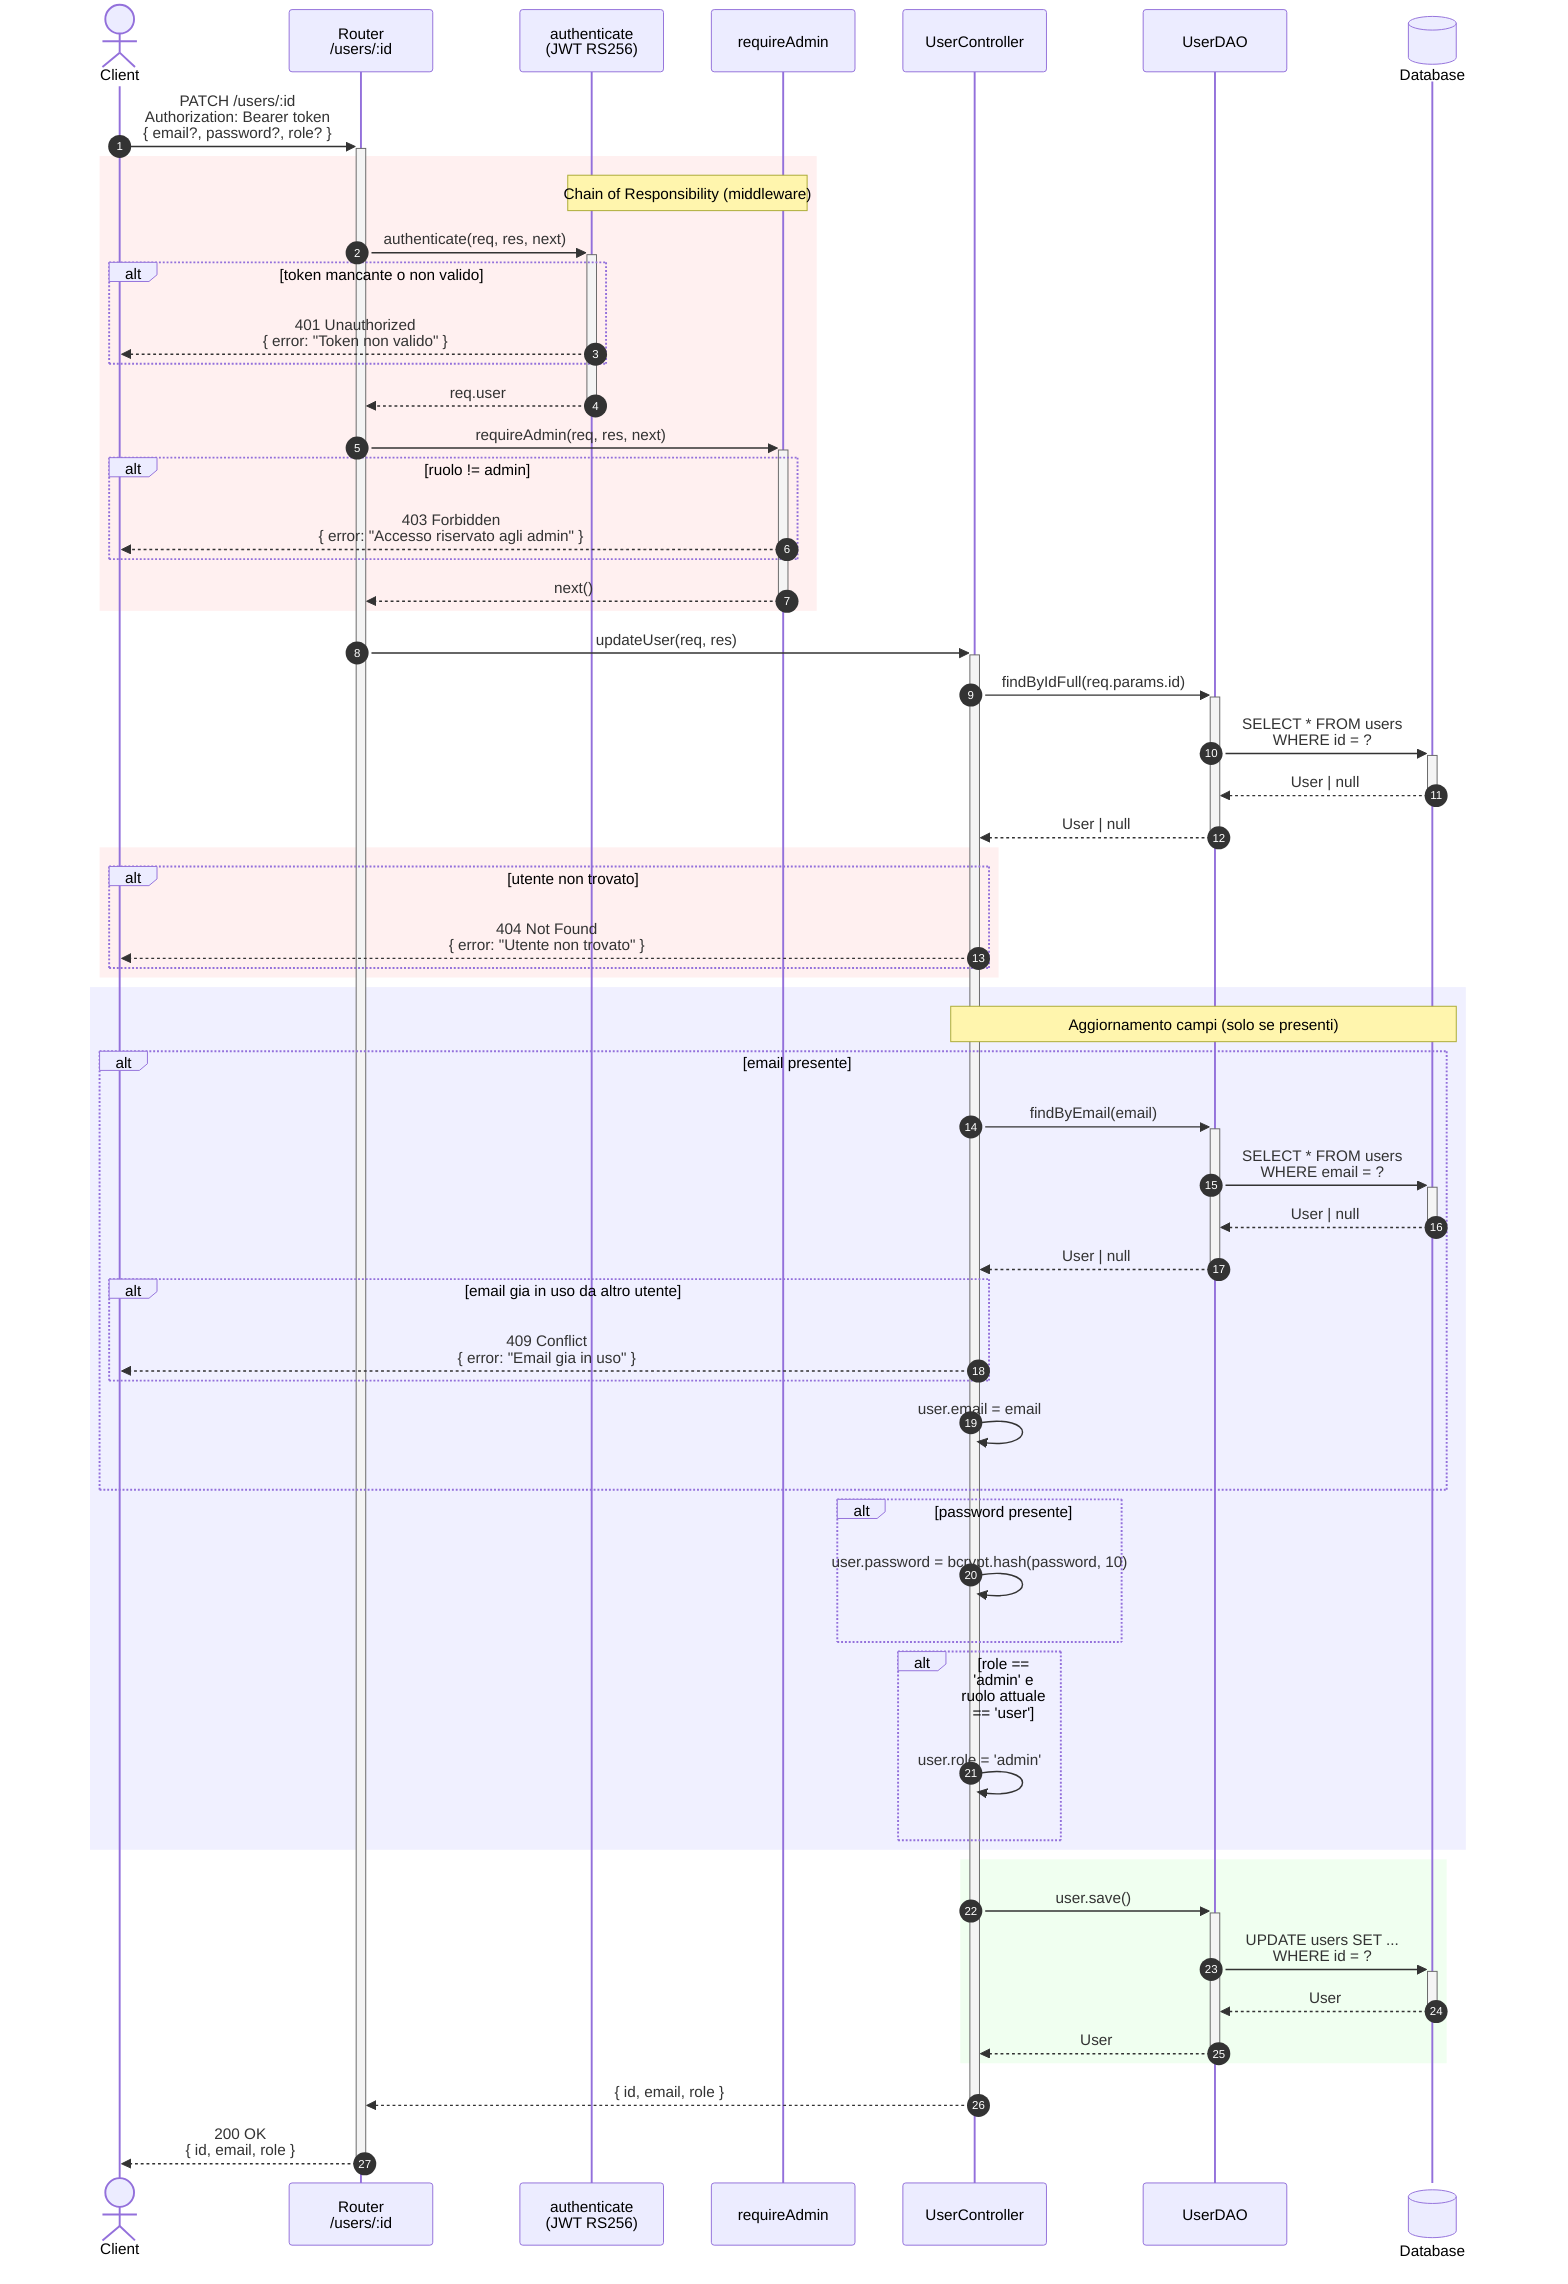
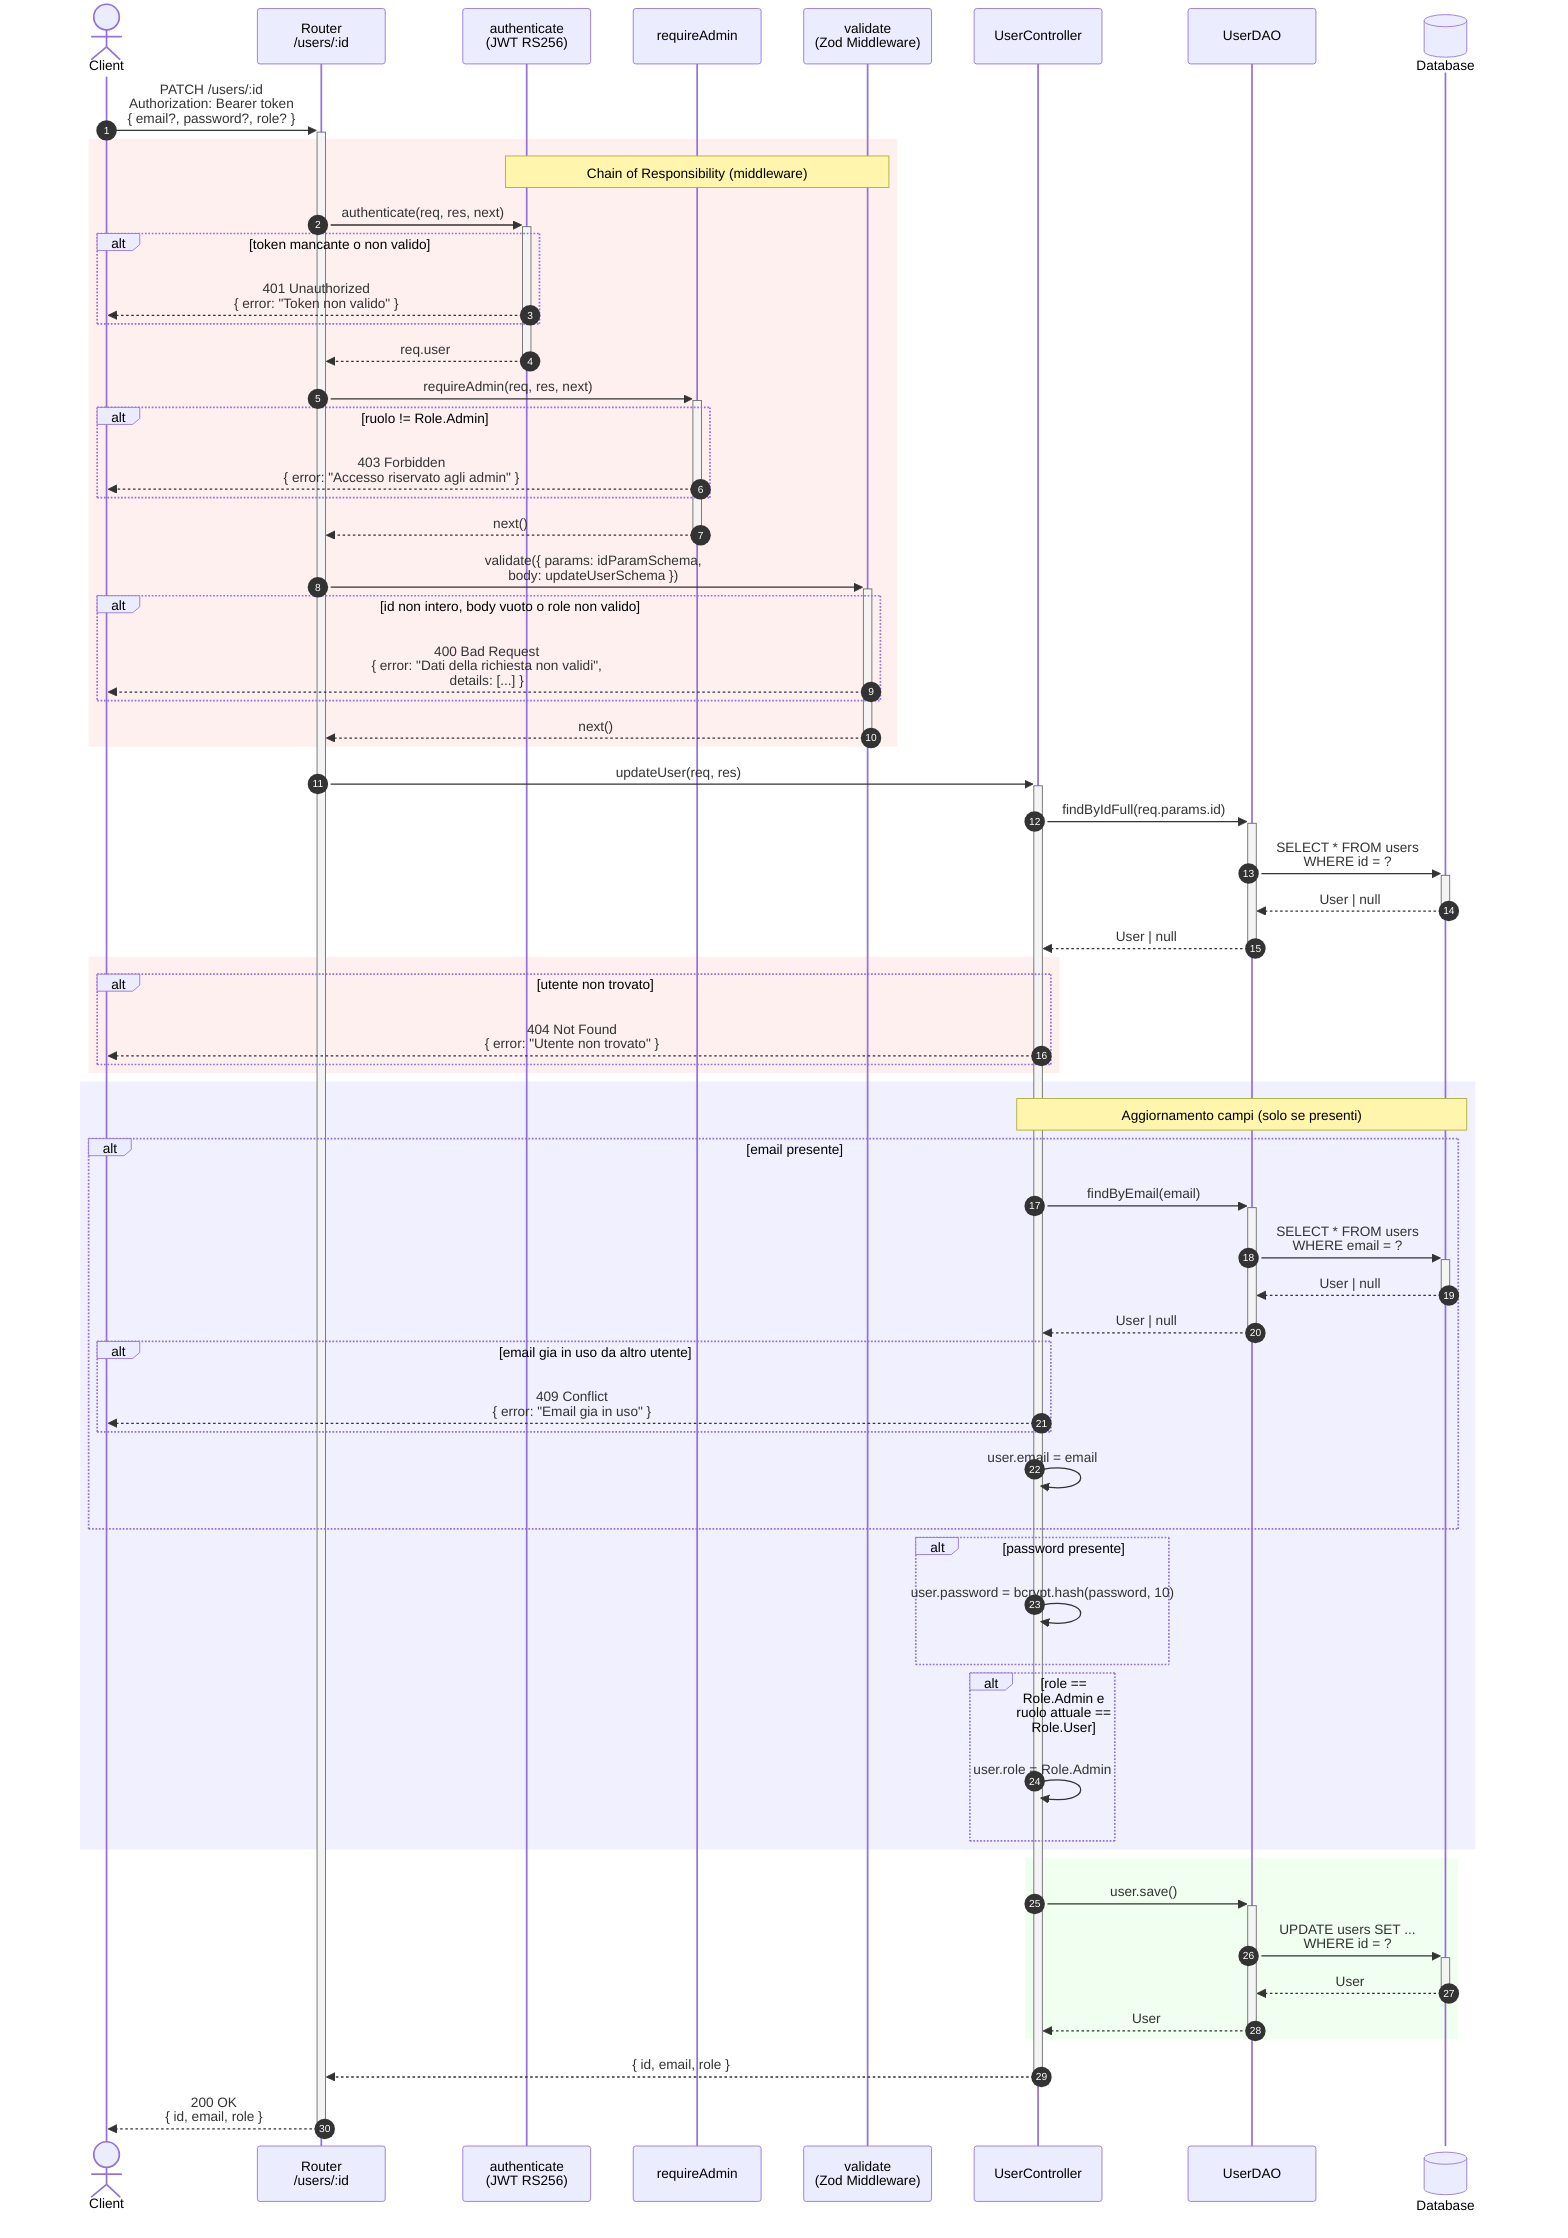
sequenceDiagram
    autonumber
    actor Client
    participant Router as Router<br/>/users/:id
    participant Auth as authenticate<br/>(JWT RS256)
    participant Role as requireAdmin
+     participant Validate as validate<br/>(Zod Middleware)
    participant Controller as UserController
    participant DAO as UserDAO
    participant DB@{ "type": "database" } as Database

    Client->>+Router: PATCH /users/:id<br/>Authorization: Bearer token<br/>{ email?, password?, role? }

    rect rgb(255, 240, 240)
-         note over Auth,Role: Chain of Responsibility (middleware)
+         note over Auth,Validate: Chain of Responsibility (middleware)
        Router->>+Auth: authenticate(req, res, next)
        alt token mancante o non valido
            Auth-->>Client: 401 Unauthorized<br/>{ error: "Token non valido" }
        end
        Auth-->>-Router: req.user

        Router->>+Role: requireAdmin(req, res, next)
-         alt ruolo != admin
+         alt ruolo != Role.Admin
            Role-->>Client: 403 Forbidden<br/>{ error: "Accesso riservato agli admin" }
        end
        Role-->>-Router: next()
+ 
+         Router->>+Validate: validate({ params: idParamSchema,<br/>body: updateUserSchema })
+         alt id non intero, body vuoto o role non valido
+             Validate-->>Client: 400 Bad Request<br/>{ error: "Dati della richiesta non validi",<br/>details: [...] }
+         end
+         Validate-->>-Router: next()
    end

    Router->>+Controller: updateUser(req, res)

    Controller->>+DAO: findByIdFull(req.params.id)
    DAO->>+DB: SELECT * FROM users<br/>WHERE id = ?
    DB-->>-DAO: User | null
    DAO-->>-Controller: User | null

    rect rgb(255, 240, 240)
        alt utente non trovato
            Controller-->>Client: 404 Not Found<br/>{ error: "Utente non trovato" }
        end
    end

    rect rgb(240, 240, 255)
        note over Controller,DB: Aggiornamento campi (solo se presenti)
        alt email presente
            Controller->>+DAO: findByEmail(email)
            DAO->>+DB: SELECT * FROM users<br/>WHERE email = ?
            DB-->>-DAO: User | null
            DAO-->>-Controller: User | null
            alt email gia in uso da altro utente
                Controller-->>Client: 409 Conflict<br/>{ error: "Email gia in uso" }
            end
            Controller->>Controller: user.email = email
        end

        alt password presente
            Controller->>Controller: user.password = bcrypt.hash(password, 10)
        end

-         alt role == 'admin' e ruolo attuale == 'user'
-             Controller->>Controller: user.role = 'admin'
+         alt role == Role.Admin e ruolo attuale == Role.User
+             Controller->>Controller: user.role = Role.Admin
        end
    end

    rect rgb(240, 255, 240)
        Controller->>+DAO: user.save()
        DAO->>+DB: UPDATE users SET ...<br/>WHERE id = ?
        DB-->>-DAO: User
        DAO-->>-Controller: User
    end

    Controller-->>-Router: { id, email, role }
    Router-->>-Client: 200 OK<br/>{ id, email, role }
